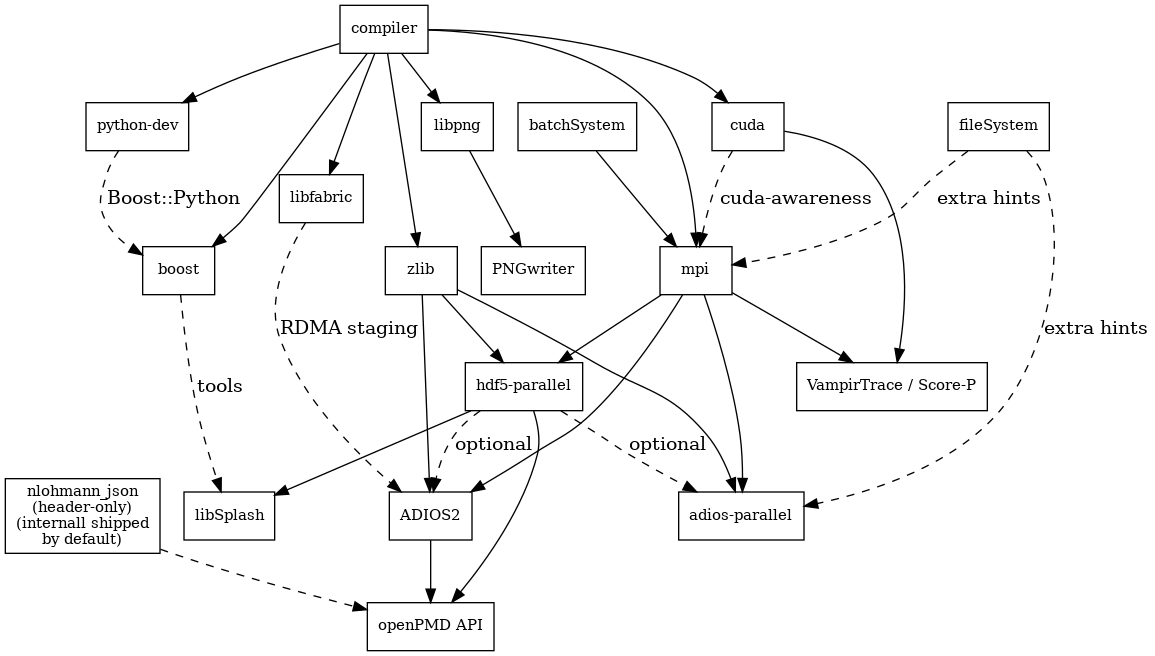
This is libraryDependencies.png from ComputationalRadiationPhysics/picongpu, a Graphviz export, as it was before one commit. Its source is kept beside it as docs/source/install/libraryDependencies.dot. The source it was exported from:
```dot
/* Generate the output
 *
 * Debian: apt-get install libgraph-easy-perl
 * Command:
 *   graph-easy --input=libraryDependencies.dot --boxart > libraryDependencies.md
 *   graph-easy --input=libraryDependencies.dot --as_ascii > libraryDependencies.txt
 *   graph-easy --input=libraryDependencies.dot --svg > libraryDependencies.svg
 *   graph-easy --input=libraryDependencies.dot --png
 */

digraph PIConGPU {
    compiler -> cuda;
    compiler -> mpi;
    compiler -> boost;
    compiler -> python;
    compiler -> zlib;
    compiler -> libpng;

    cuda -> mpi [style=dashed label="cuda-awareness"];
    batchSystem -> mpi;
    fileSystem -> mpi [style=dashed label="extra hints"];

    python [label="python-dev"];
    python -> boost [style=dashed label="Boost::Python"];

    hdf5 [label="hdf5-parallel"];
    mpi -> hdf5;
    zlib -> hdf5;
    hdf5 -> libSplash;
    boost -> libSplash [style=dashed label="tools"];

    adios [label="adios-parallel"];
    mpi -> adios;
    zlib -> adios;
    hdf5 -> adios [style=dashed label="optional"];
    fileSystem -> adios [style=dashed label="extra hints"];

    adios2 [label="ADIOS2"];
    mpi -> adios2;
    zlib -> adios2;
    hdf5 -> adios2 [style=dashed label="optional"];
    compiler -> libfabric;
    libfabric -> adios2[style=dashed label="RDMA staging"];

    openpmd [label="openPMD API"];
    adios2 -> openpmd;
    hdf5 -> openpmd;
    nlohmann_json [label="nlohmann_json\n(header-only)\n(internall shipped\nby default)"];
    nlohmann_json -> openpmd[style=dashed"]

    libpng -> PNGwriter;

    trace [label="VampirTrace / Score-P"];
    mpi -> trace;
    cuda -> trace;
}
```
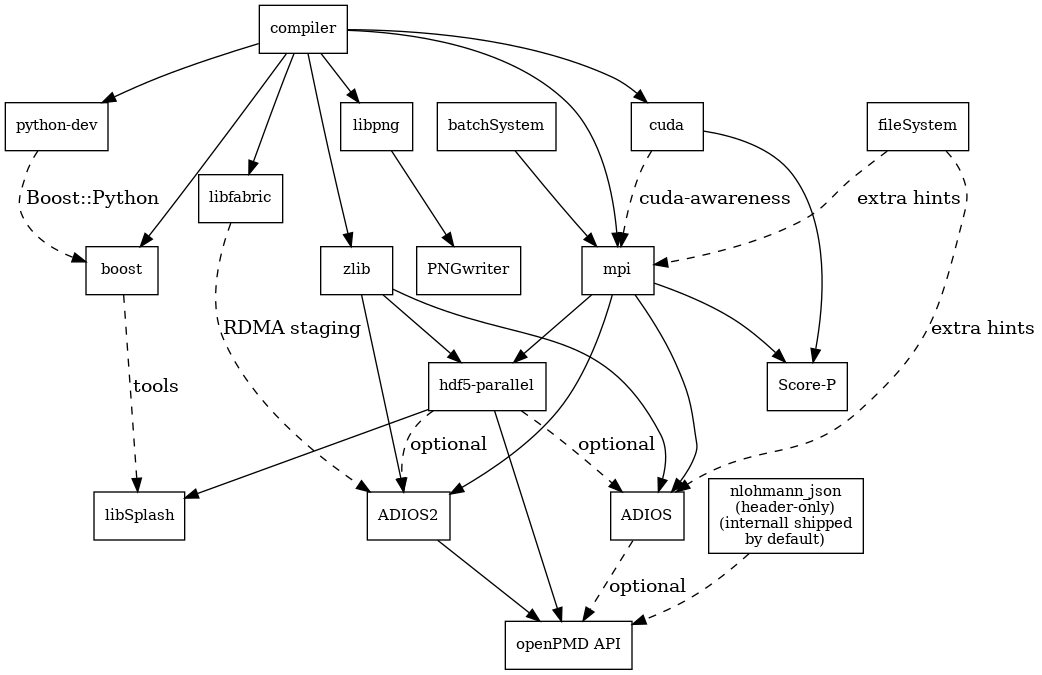
Above is the later version.

Change to the diagram source:
```diff
@@ -29,7 +29,7 @@
     hdf5 -> libSplash;
     boost -> libSplash [style=dashed label="tools"];
 
-    adios [label="adios-parallel"];
+    adios [label="ADIOS"];
     mpi -> adios;
     zlib -> adios;
     hdf5 -> adios [style=dashed label="optional"];
@@ -44,13 +44,14 @@
 
     openpmd [label="openPMD API"];
     adios2 -> openpmd;
+    adios -> openpmd [style=dashed label="optional"];
     hdf5 -> openpmd;
     nlohmann_json [label="nlohmann_json\n(header-only)\n(internall shipped\nby default)"];
     nlohmann_json -> openpmd[style=dashed"]
 
     libpng -> PNGwriter;
 
-    trace [label="VampirTrace / Score-P"];
+    trace [label="Score-P"];
     mpi -> trace;
     cuda -> trace;
 }
```
